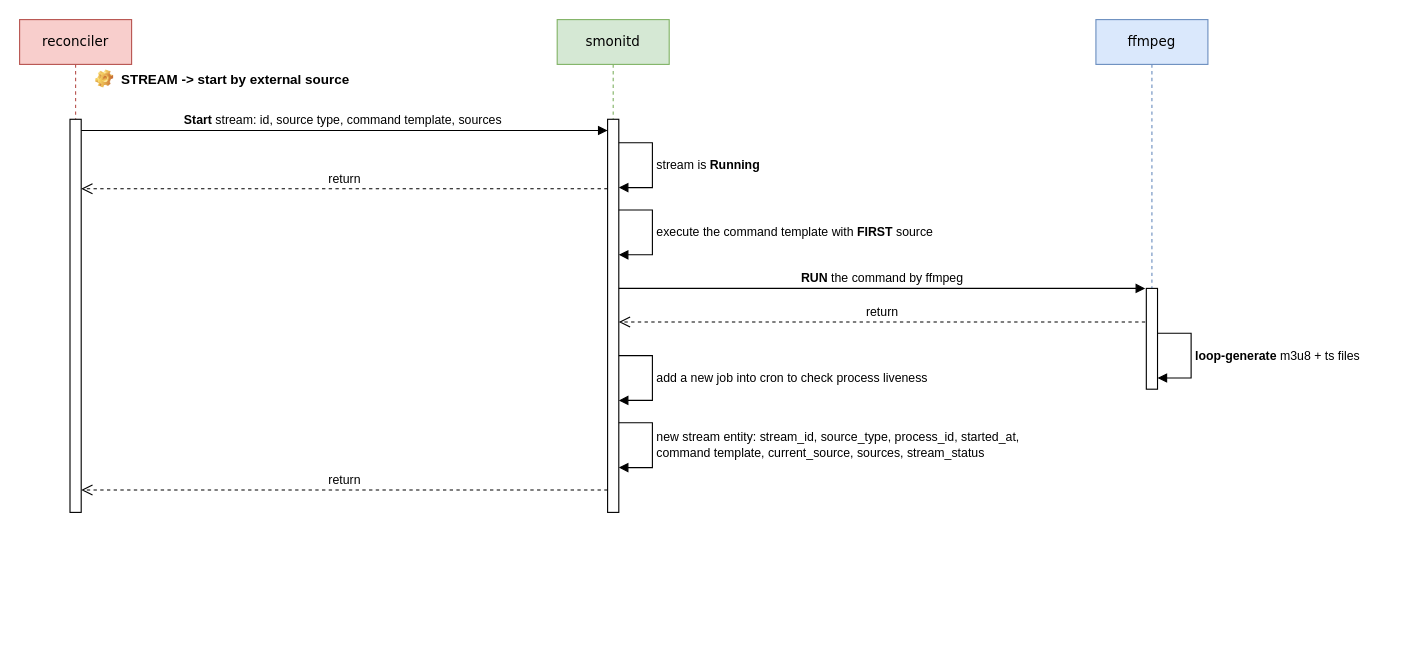
explorer2036/charts keeps this draw.io diagram as page "smonitd-start-external" (4 of 5) of media-core/apid.drawio. Above is the earlier version. Source tidied: cells renumbered, new cells numbered last; positions are measured from the earlier drawing's top-left corner, leaving out a move shared by most shapes. Both pictures are drawn from the tidied source at 112%, with x=0, y=0 at pixel (19, 19).
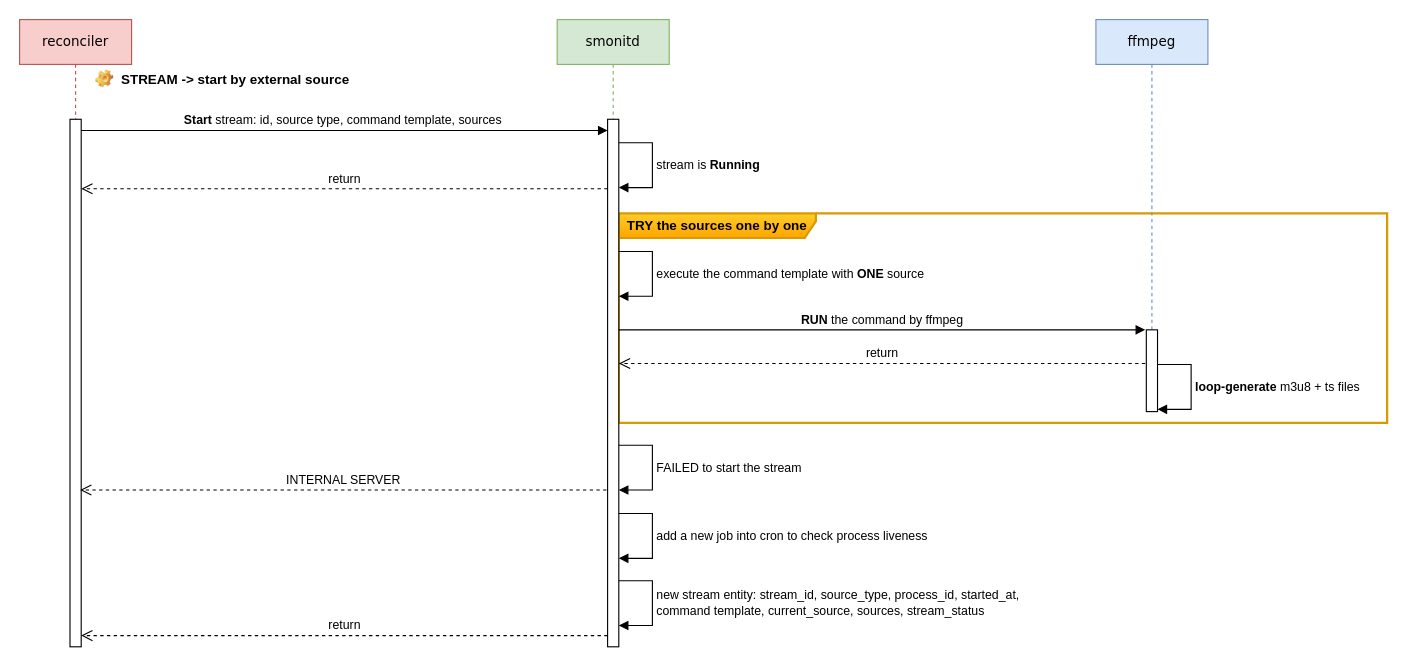
After the change.

Diff of the diagram source:
```diff
@@
+    <mxCell id="19" value="TRY the sources one by one" style="shape=umlFrame;whiteSpace=wrap;html=1;width=176;height=22;strokeWidth=2;fillColor=#ffcd28;strokeColor=#d79b00;perimeterSpacing=1;gradientColor=#ffa500;fontStyle=1;" parent="1" vertex="1">
+      <mxGeometry x="535" y="173" width="686" height="187" as="geometry" />
+    </mxCell>
     <mxCell id="2" value="smonitd" style="shape=umlLifeline;perimeter=lifelinePerimeter;whiteSpace=wrap;html=1;rounded=0;shadow=0;comic=0;labelBackgroundColor=none;strokeWidth=1;fontFamily=Verdana;fontSize=12;align=center;fillColor=#d5e8d4;strokeColor=#82b366;" parent="1" vertex="1">
-      <mxGeometry x="480" width="100" height="440" as="geometry" />
+      <mxGeometry x="480" width="100" height="560" as="geometry" />
     </mxCell>
     <mxCell id="3" style="html=1;points=[];perimeter=orthogonalPerimeter;rounded=0;shadow=0;glass=0;sketch=0;" parent="2" vertex="1">
-      <mxGeometry x="45" y="89" width="10" height="351" as="geometry" />
+      <mxGeometry x="45" y="89" width="10" height="471" as="geometry" />
     </mxCell>
@@
-    <mxCell id="5" value="execute the command template with &lt;b&gt;FIRST&lt;/b&gt; source" style="edgeStyle=orthogonalEdgeStyle;html=1;align=left;spacingLeft=2;endArrow=block;rounded=0;" parent="2" edge="1">
+    <mxCell id="5" value="execute the command template with &lt;b&gt;ONE&lt;/b&gt; source" style="edgeStyle=orthogonalEdgeStyle;html=1;align=left;spacingLeft=2;endArrow=block;rounded=0;" parent="2" edge="1">
       <mxGeometry relative="1" as="geometry">
-        <mxPoint x="55" y="170" as="sourcePoint" />
-        <mxPoint x="55" y="210" as="targetPoint" />
+        <mxPoint x="55" y="207" as="sourcePoint" />
+        <mxPoint x="55" y="247" as="targetPoint" />
         <Array as="points">
-          <mxPoint x="85" y="170" />
-          <mxPoint x="85" y="210" />
-          <mxPoint x="55" y="210" />
+          <mxPoint x="85" y="207" />
+          <mxPoint x="85" y="247" />
+          <mxPoint x="55" y="247" />
         </Array>
       </mxGeometry>
     </mxCell>
     <mxCell id="6" value="new stream entity: stream_id, source_type, process_id, started_at, &lt;br&gt;command template, current_source, sources, stream_status" style="edgeStyle=orthogonalEdgeStyle;html=1;align=left;spacingLeft=2;endArrow=block;rounded=0;" parent="2" edge="1">
       <mxGeometry relative="1" as="geometry">
-        <mxPoint x="55" y="360" as="sourcePoint" />
-        <mxPoint x="55" y="400" as="targetPoint" />
+        <mxPoint x="55" y="501" as="sourcePoint" />
+        <mxPoint x="55" y="541" as="targetPoint" />
         <Array as="points">
-          <mxPoint x="85" y="360" />
-          <mxPoint x="85" y="400" />
-          <mxPoint x="55" y="400" />
+          <mxPoint x="85" y="501" />
+          <mxPoint x="85" y="541" />
+          <mxPoint x="55" y="541" />
         </Array>
       </mxGeometry>
     </mxCell>
     <mxCell id="7" value="add a new job into cron to check process liveness&amp;nbsp;" style="edgeStyle=orthogonalEdgeStyle;html=1;align=left;spacingLeft=2;endArrow=block;rounded=0;" parent="2" edge="1">
       <mxGeometry relative="1" as="geometry">
-        <mxPoint x="55" y="300" as="sourcePoint" />
-        <mxPoint x="55" y="340" as="targetPoint" />
+        <mxPoint x="55" y="441" as="sourcePoint" />
+        <mxPoint x="55" y="481" as="targetPoint" />
         <Array as="points">
-          <mxPoint x="85" y="300" />
-          <mxPoint x="85" y="340" />
-          <mxPoint x="55" y="340" />
+          <mxPoint x="85" y="441" />
+          <mxPoint x="85" y="481" />
+          <mxPoint x="55" y="481" />
         </Array>
       </mxGeometry>
     </mxCell>
+    <mxCell id="20" value="FAILED to start the stream" style="edgeStyle=orthogonalEdgeStyle;html=1;align=left;spacingLeft=2;endArrow=block;rounded=0;" parent="2" edge="1">
+      <mxGeometry relative="1" as="geometry">
+        <mxPoint x="55" y="380" as="sourcePoint" />
+        <mxPoint x="55" y="420" as="targetPoint" />
+        <Array as="points">
+          <mxPoint x="85" y="380" />
+          <mxPoint x="85" y="420" />
+          <mxPoint x="55" y="420" />
+        </Array>
+      </mxGeometry>
+    </mxCell>
     <mxCell id="8" value="reconciler" style="shape=umlLifeline;perimeter=lifelinePerimeter;whiteSpace=wrap;html=1;rounded=0;shadow=0;comic=0;labelBackgroundColor=none;strokeWidth=1;fontFamily=Verdana;fontSize=12;align=center;fillColor=#f8cecc;strokeColor=#b85450;" parent="1" vertex="1">
-      <mxGeometry width="100" height="440" as="geometry" />
+      <mxGeometry width="100" height="560" as="geometry" />
     </mxCell>
     <mxCell id="9" style="html=1;perimeter=orthogonalPerimeter;rounded=0;shadow=0;glass=0;sketch=0;" parent="8" vertex="1">
-      <mxGeometry x="45" y="89" width="10" height="351" as="geometry" />
+      <mxGeometry x="45" y="89" width="10" height="471" as="geometry" />
     </mxCell>
@@
     <mxCell id="11" value="&lt;span style=&quot;font-weight: normal;&quot;&gt;return&lt;/span&gt;" style="html=1;verticalAlign=bottom;endArrow=open;dashed=1;endSize=8;rounded=0;fontStyle=1;" parent="1" edge="1">
       <mxGeometry relative="1" as="geometry">
-        <mxPoint x="525" y="420" as="sourcePoint" />
-        <mxPoint x="55" y="420" as="targetPoint" />
+        <mxPoint x="525" y="550" as="sourcePoint" />
+        <mxPoint x="55" y="550" as="targetPoint" />
       </mxGeometry>
     </mxCell>
     <mxCell id="12" value="ffmpeg" style="shape=umlLifeline;perimeter=lifelinePerimeter;whiteSpace=wrap;html=1;rounded=0;shadow=0;comic=0;labelBackgroundColor=none;strokeWidth=1;fontFamily=Verdana;fontSize=12;align=center;fillColor=#dae8fc;strokeColor=#6c8ebf;" parent="1" vertex="1">
-      <mxGeometry x="961" width="100" height="330" as="geometry" />
+      <mxGeometry x="961" width="100" height="350" as="geometry" />
     </mxCell>
     <mxCell id="13" style="html=1;perimeter=orthogonalPerimeter;rounded=0;shadow=0;glass=0;sketch=0;" parent="12" vertex="1">
-      <mxGeometry x="45" y="240" width="10" height="90" as="geometry" />
+      <mxGeometry x="45" y="277" width="10" height="73" as="geometry" />
     </mxCell>
     <mxCell id="14" value="&lt;b&gt;RUN &lt;/b&gt;the command by ffmpeg" style="html=1;verticalAlign=bottom;endArrow=block;rounded=0;strokeWidth=1;" parent="12" edge="1">
       <mxGeometry relative="1" as="geometry">
-        <mxPoint x="-426" y="240" as="sourcePoint" />
-        <mxPoint x="44" y="240" as="targetPoint" />
+        <mxPoint x="-426" y="277" as="sourcePoint" />
+        <mxPoint x="44" y="277" as="targetPoint" />
       </mxGeometry>
     </mxCell>
     <mxCell id="15" value="&lt;b&gt;loop-generate&lt;/b&gt; m3u8 + ts files" style="edgeStyle=orthogonalEdgeStyle;html=1;align=left;spacingLeft=2;endArrow=block;rounded=0;" parent="12" edge="1">
       <mxGeometry relative="1" as="geometry">
-        <mxPoint x="55" y="280" as="sourcePoint" />
-        <mxPoint x="55" y="320" as="targetPoint" />
+        <mxPoint x="55" y="308" as="sourcePoint" />
+        <mxPoint x="55" y="348" as="targetPoint" />
         <Array as="points">
-          <mxPoint x="85" y="280" />
-          <mxPoint x="85" y="320" />
-          <mxPoint x="55" y="320" />
+          <mxPoint x="85" y="308" />
+          <mxPoint x="85" y="348" />
+          <mxPoint x="55" y="348" />
         </Array>
       </mxGeometry>
     </mxCell>
@@
     <mxCell id="18" value="&lt;span style=&quot;font-weight: normal;&quot;&gt;return&lt;/span&gt;" style="html=1;verticalAlign=bottom;endArrow=open;dashed=1;endSize=8;rounded=0;fontStyle=1;" parent="1" edge="1">
       <mxGeometry relative="1" as="geometry">
-        <mxPoint x="1005" y="270" as="sourcePoint" />
-        <mxPoint x="535" y="270" as="targetPoint" />
+        <mxPoint x="1005" y="307" as="sourcePoint" />
+        <mxPoint x="535" y="307" as="targetPoint" />
       </mxGeometry>
     </mxCell>
+    <mxCell id="21" value="&lt;span style=&quot;font-weight: normal;&quot;&gt;INTERNAL SERVER&lt;/span&gt;" style="html=1;verticalAlign=bottom;endArrow=open;dashed=1;endSize=8;rounded=0;fontStyle=1;" parent="1" edge="1">
+      <mxGeometry relative="1" as="geometry">
+        <mxPoint x="524" y="420" as="sourcePoint" />
+        <mxPoint x="54" y="420" as="targetPoint" />
+      </mxGeometry>
+    </mxCell>
```
